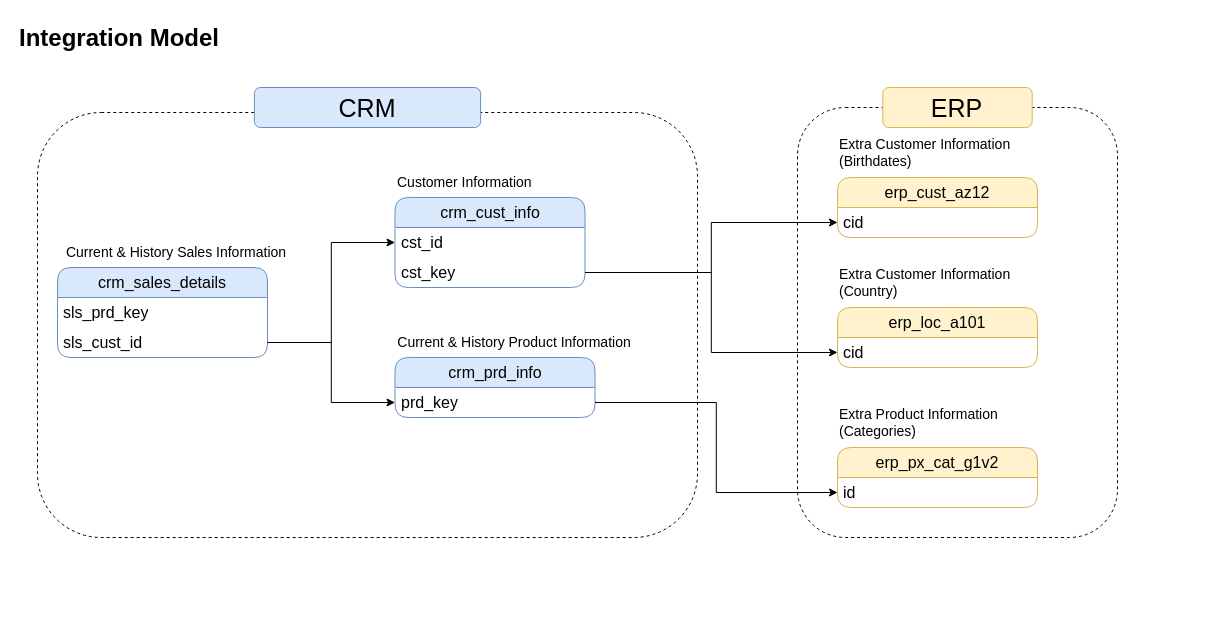
Above: diagrams/Integration Model (Data Modelling Course).drawio in vanwykmel1989/sql-data-warehouse-project (draw.io), before the change. Source tidied: cells renumbered, new cells numbered last; positions are measured from the earlier drawing's top-left corner, leaving out a move shared by most shapes. Both pictures are drawn from the tidied source at 100%, with x=0, y=0 at pixel (17, 17).
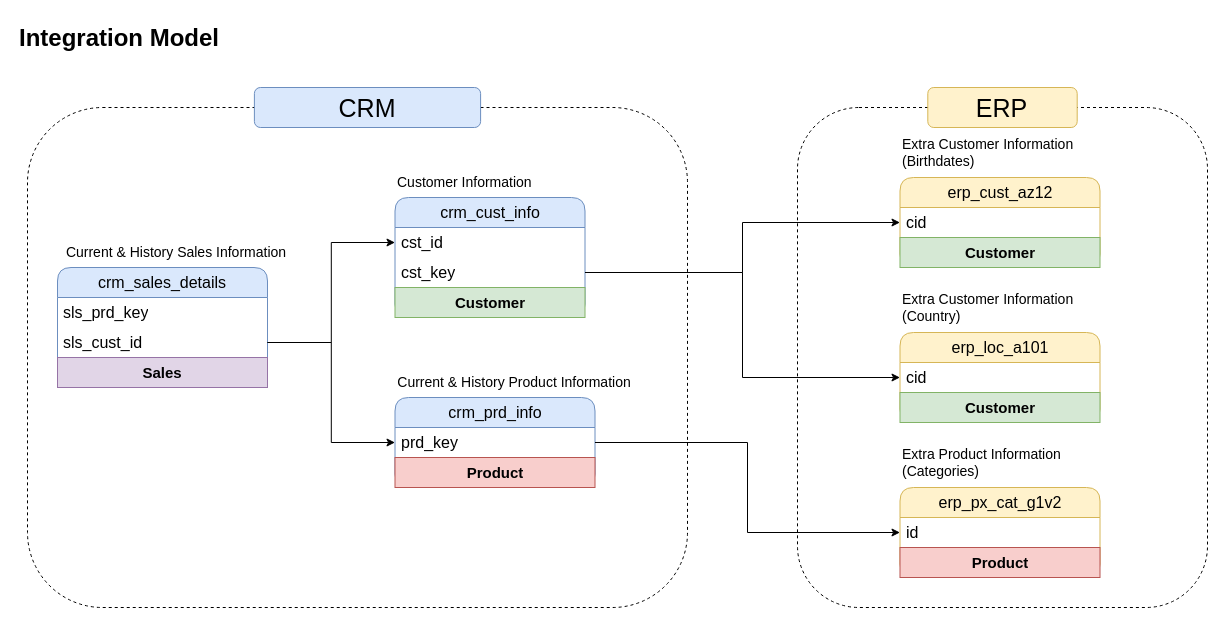
The same page after the edit.

Diff of the diagram source:
```diff
@@
     <mxCell id="2" style="rounded=1;whiteSpace=wrap;html=1;fillColor=none;dashed=1;" parent="1" vertex="1">
-      <mxGeometry x="780" y="90" width="320" height="430" as="geometry" />
+      <mxGeometry x="780" y="90" width="410" height="500" as="geometry" />
     </mxCell>
     <mxCell id="3" style="rounded=1;whiteSpace=wrap;html=1;fillColor=none;dashed=1;" parent="1" vertex="1">
-      <mxGeometry x="20" y="95" width="660" height="425" as="geometry" />
+      <mxGeometry x="10" y="90" width="660" height="500" as="geometry" />
     </mxCell>
@@
     <mxCell id="5" value="crm_cust_info" style="swimlane;fontStyle=0;horizontal=1;startSize=30;whiteSpace=wrap;html=1;rounded=1;fillColor=#dae8fc;strokeColor=#6c8ebf;fontSize=16;" parent="1" vertex="1">
-      <mxGeometry x="377.5" y="180" width="190" height="90" as="geometry" />
+      <mxGeometry x="377.5" y="180" width="190" height="120" as="geometry" />
     </mxCell>
@@
+    <mxCell id="32" value="&lt;font style=&quot;font-size: 15px;&quot;&gt;&lt;b&gt;Customer&lt;/b&gt;&lt;/font&gt;" style="text;html=1;strokeColor=#82b366;fillColor=#d5e8d4;align=center;verticalAlign=middle;whiteSpace=wrap;overflow=hidden;" parent="5" vertex="1">
+      <mxGeometry y="90" width="190" height="30" as="geometry" />
+    </mxCell>
@@
     <mxCell id="9" value="crm_prd_info" style="swimlane;fontStyle=0;horizontal=1;startSize=30;whiteSpace=wrap;html=1;rounded=1;fillColor=#dae8fc;strokeColor=#6c8ebf;fontSize=16;" parent="1" vertex="1">
-      <mxGeometry x="377.5" y="340" width="200" height="60" as="geometry" />
+      <mxGeometry x="377.5" y="380" width="200" height="90" as="geometry" />
     </mxCell>
@@
+    <mxCell id="33" value="&lt;font style=&quot;font-size: 15px;&quot;&gt;&lt;b&gt;Product&lt;/b&gt;&lt;/font&gt;" style="text;html=1;strokeColor=#b85450;fillColor=#f8cecc;align=center;verticalAlign=middle;whiteSpace=wrap;overflow=hidden;" parent="9" vertex="1">
+      <mxGeometry y="60" width="200" height="30" as="geometry" />
+    </mxCell>
     <mxCell id="11" value="&lt;font style=&quot;font-size: 14px;&quot;&gt;Current &amp;amp; History Product Information&lt;/font&gt;" style="text;html=1;whiteSpace=wrap;strokeColor=none;fillColor=none;align=center;verticalAlign=middle;rounded=0;" parent="1" vertex="1">
-      <mxGeometry x="377.5" y="310" width="237.5" height="30" as="geometry" />
+      <mxGeometry x="377.5" y="350" width="237.5" height="30" as="geometry" />
     </mxCell>
     <mxCell id="12" value="crm_sales_details" style="swimlane;fontStyle=0;horizontal=1;startSize=30;whiteSpace=wrap;html=1;rounded=1;fillColor=#dae8fc;strokeColor=#6c8ebf;fontSize=16;" parent="1" vertex="1">
-      <mxGeometry x="40" y="250" width="210" height="90" as="geometry" />
+      <mxGeometry x="40" y="250" width="210" height="120" as="geometry" />
     </mxCell>
@@
+    <mxCell id="34" value="&lt;font style=&quot;font-size: 15px;&quot;&gt;&lt;b&gt;Sales&lt;/b&gt;&lt;/font&gt;" style="text;html=1;strokeColor=#9673a6;fillColor=#e1d5e7;align=center;verticalAlign=middle;whiteSpace=wrap;overflow=hidden;" parent="12" vertex="1">
+      <mxGeometry y="90" width="210" height="30" as="geometry" />
+    </mxCell>
@@
     <mxCell id="18" value="erp_cust_az12" style="swimlane;fontStyle=0;horizontal=1;startSize=30;whiteSpace=wrap;html=1;rounded=1;fillColor=#fff2cc;strokeColor=#d6b656;fontSize=16;" parent="1" vertex="1">
-      <mxGeometry x="820" y="160" width="200" height="60" as="geometry" />
+      <mxGeometry x="882.5" y="160" width="200" height="90" as="geometry" />
     </mxCell>
@@
+    <mxCell id="35" value="&lt;font style=&quot;font-size: 15px;&quot;&gt;&lt;b&gt;Customer&lt;/b&gt;&lt;/font&gt;" style="text;html=1;strokeColor=#82b366;fillColor=#d5e8d4;align=center;verticalAlign=middle;whiteSpace=wrap;overflow=hidden;" parent="18" vertex="1">
+      <mxGeometry y="60" width="200" height="30" as="geometry" />
+    </mxCell>
     <mxCell id="20" value="&lt;font style=&quot;font-size: 14px;&quot;&gt;Extra Customer Information&lt;/font&gt;&lt;div&gt;&lt;font style=&quot;font-size: 14px;&quot;&gt;(Birthdates)&lt;/font&gt;&lt;/div&gt;" style="text;html=1;whiteSpace=wrap;align=left;verticalAlign=middle;rounded=0;" parent="1" vertex="1">
-      <mxGeometry x="820" y="120" width="205" height="30" as="geometry" />
+      <mxGeometry x="882.5" y="120" width="205" height="30" as="geometry" />
     </mxCell>
@@
     <mxCell id="22" value="erp_loc_a101" style="swimlane;fontStyle=0;horizontal=1;startSize=30;whiteSpace=wrap;html=1;rounded=1;fillColor=#fff2cc;strokeColor=#d6b656;fontSize=16;" parent="1" vertex="1">
-      <mxGeometry x="820" y="290" width="200" height="60" as="geometry" />
+      <mxGeometry x="882.5" y="315" width="200" height="90" as="geometry" />
     </mxCell>
@@
+    <mxCell id="36" value="&lt;font style=&quot;font-size: 15px;&quot;&gt;&lt;b&gt;Customer&lt;/b&gt;&lt;/font&gt;" style="text;html=1;strokeColor=#82b366;fillColor=#d5e8d4;align=center;verticalAlign=middle;whiteSpace=wrap;overflow=hidden;" parent="22" vertex="1">
+      <mxGeometry y="60" width="200" height="30" as="geometry" />
+    </mxCell>
     <mxCell id="24" value="&lt;font style=&quot;font-size: 14px;&quot;&gt;Extra Customer Information&lt;/font&gt;&lt;div&gt;&lt;font style=&quot;font-size: 14px;&quot;&gt;(Country)&lt;/font&gt;&lt;/div&gt;" style="text;html=1;whiteSpace=wrap;align=left;verticalAlign=middle;rounded=0;" parent="1" vertex="1">
-      <mxGeometry x="820" y="250" width="205" height="30" as="geometry" />
+      <mxGeometry x="882.5" y="275" width="205" height="30" as="geometry" />
     </mxCell>
@@
     <mxCell id="26" value="erp_px_cat_g1v2" style="swimlane;fontStyle=0;horizontal=1;startSize=30;whiteSpace=wrap;html=1;rounded=1;fillColor=#fff2cc;strokeColor=#d6b656;fontSize=16;" parent="1" vertex="1">
-      <mxGeometry x="820" y="430" width="200" height="60" as="geometry" />
+      <mxGeometry x="882.5" y="470" width="200" height="90" as="geometry" />
     </mxCell>
@@
+    <mxCell id="37" value="&lt;span style=&quot;font-size: 15px;&quot;&gt;&lt;b&gt;Product&lt;/b&gt;&lt;/span&gt;" style="text;html=1;strokeColor=#b85450;fillColor=#f8cecc;align=center;verticalAlign=middle;whiteSpace=wrap;overflow=hidden;" parent="26" vertex="1">
+      <mxGeometry y="60" width="200" height="30" as="geometry" />
+    </mxCell>
     <mxCell id="28" value="&lt;font style=&quot;font-size: 14px;&quot;&gt;Extra Product Information&lt;/font&gt;&lt;div&gt;&lt;font style=&quot;font-size: 14px;&quot;&gt;(Categories)&lt;/font&gt;&lt;/div&gt;" style="text;html=1;whiteSpace=wrap;align=left;verticalAlign=middle;rounded=0;" parent="1" vertex="1">
-      <mxGeometry x="820" y="390" width="205" height="30" as="geometry" />
+      <mxGeometry x="882.5" y="430" width="205" height="30" as="geometry" />
     </mxCell>
@@
     <mxCell id="31" value="&lt;span style=&quot;font-size: 25px;&quot;&gt;ERP&lt;/span&gt;" style="rounded=1;whiteSpace=wrap;html=1;fillColor=#fff2cc;strokeColor=#d6b656;" parent="1" vertex="1">
-      <mxGeometry x="865.3" y="70" width="149.4" height="40" as="geometry" />
+      <mxGeometry x="910.3" y="70" width="149.4" height="40" as="geometry" />
     </mxCell>
```
